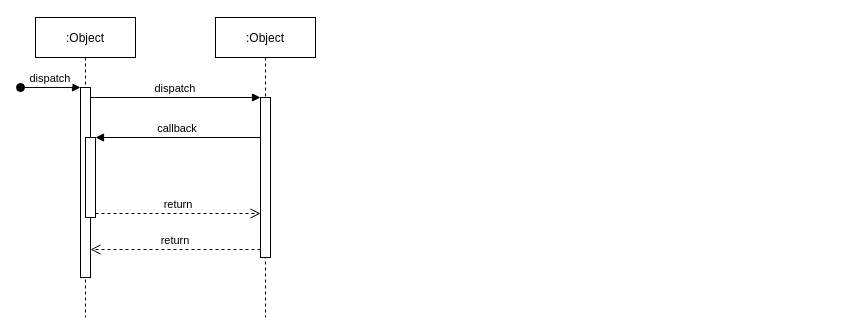
Earlier version of the draw.io diagram 真快乐99会员.drawio (belizer/whole-diagrams). Source tidied: cells renumbered, new cells numbered last; positions are measured from the earlier drawing's top-left corner, leaving out a move shared by most shapes. Both pictures are drawn from the tidied source at 100%, with x=0, y=0 at pixel (20, 17).
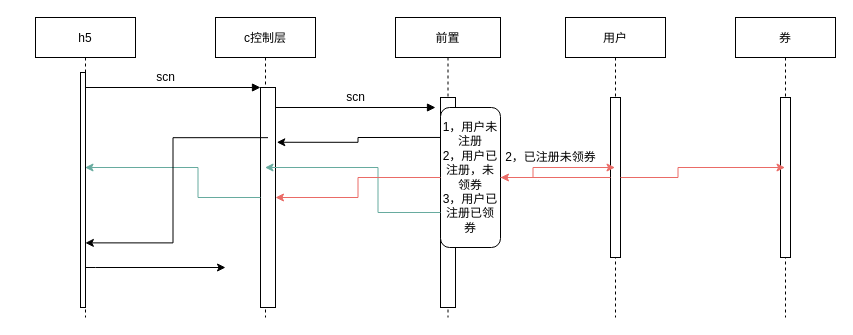
The same page after the edit.

Commit message:
Update 真快乐99会员.drawio

Diff of the diagram source:
```diff
@@
-    <mxCell id="2" value=":Object" style="shape=umlLifeline;perimeter=lifelinePerimeter;rounded=0;shadow=0;strokeWidth=1;" parent="1" vertex="1">
+    <mxCell id="2" value="h5" style="shape=umlLifeline;perimeter=lifelinePerimeter;rounded=0;shadow=0;strokeWidth=1;" parent="1" vertex="1">
       <mxGeometry x="15" width="100" height="300" as="geometry" />
     </mxCell>
     <mxCell id="3" style="points=[];perimeter=orthogonalPerimeter;rounded=0;shadow=0;strokeWidth=1;" parent="2" vertex="1">
-      <mxGeometry x="45" y="70" width="10" height="190" as="geometry" />
+      <mxGeometry x="45" y="55" width="5" height="235" as="geometry" />
     </mxCell>
-    <mxCell id="4" value="dispatch" style="verticalAlign=bottom;startArrow=oval;endArrow=block;startSize=8;shadow=0;strokeWidth=1;" parent="2" edge="1" target="3">
-      <mxGeometry relative="1" as="geometry">
-        <mxPoint x="-15" y="70" as="sourcePoint" />
-      </mxGeometry>
-    </mxCell>
-    <mxCell id="5" style="points=[];perimeter=orthogonalPerimeter;rounded=0;shadow=0;strokeWidth=1;" parent="2" vertex="1">
-      <mxGeometry x="50" y="120" width="10" height="80" as="geometry" />
-    </mxCell>
-    <mxCell id="6" value=":Object" style="shape=umlLifeline;perimeter=lifelinePerimeter;rounded=0;shadow=0;strokeWidth=1;" parent="1" vertex="1">
+    <mxCell id="6" value="c控制层" style="shape=umlLifeline;perimeter=lifelinePerimeter;rounded=0;shadow=0;strokeWidth=1;" parent="1" vertex="1">
       <mxGeometry x="195" width="100" height="300" as="geometry" />
     </mxCell>
     <mxCell id="7" style="points=[];perimeter=orthogonalPerimeter;rounded=0;shadow=0;strokeWidth=1;" parent="6" vertex="1">
-      <mxGeometry x="45" y="80" width="10" height="160" as="geometry" />
+      <mxGeometry x="45" y="70" width="15" height="220" as="geometry" />
     </mxCell>
+    <mxCell id="9" style="verticalAlign=bottom;endArrow=block;entryX=0;entryY=0;shadow=0;strokeWidth=1;" parent="1" edge="1" source="3" target="7">
+      <mxGeometry relative="1" as="geometry" />
+    </mxCell>
+    <mxCell id="12" value="scn" style="text;html=1;align=center;verticalAlign=middle;strokeColor=none;fillColor=none;" parent="1" vertex="1">
+      <mxGeometry x="130" y="50" width="30" height="20" as="geometry" />
+    </mxCell>
+    <mxCell id="13" value="前置" style="shape=umlLifeline;perimeter=lifelinePerimeter;rounded=0;shadow=0;strokeWidth=1;" parent="1" vertex="1">
+      <mxGeometry x="375" width="105" height="300" as="geometry" />
+    </mxCell>
+    <mxCell id="14" style="perimeter=orthogonalPerimeter;rounded=0;shadow=0;strokeWidth=1;" parent="13" vertex="1">
+      <mxGeometry x="45" y="80" width="15" height="210" as="geometry" />
+    </mxCell>
+    <mxCell id="15" value="1，用户未注册&lt;br&gt;2，用户已注册，未领券&lt;br&gt;3，用户已注册已领券" style="rounded=1;whiteSpace=wrap;html=1;" parent="13" vertex="1">
+      <mxGeometry x="45" y="90" width="60" height="140" as="geometry" />
+    </mxCell>
+    <mxCell id="16" style="verticalAlign=bottom;endArrow=block;entryX=0;entryY=0;shadow=0;strokeWidth=1;" parent="1" edge="1">
+      <mxGeometry relative="1" as="geometry">
+        <mxPoint x="255" y="90" as="sourcePoint" />
+        <mxPoint x="415" y="90" as="targetPoint" />
+      </mxGeometry>
+    </mxCell>
+    <mxCell id="17" value="scn" style="text;html=1;align=center;verticalAlign=middle;strokeColor=none;fillColor=none;" parent="1" vertex="1">
+      <mxGeometry x="320" y="70" width="30" height="20" as="geometry" />
+    </mxCell>
+    <mxCell id="18" value="用户" style="shape=umlLifeline;perimeter=lifelinePerimeter;rounded=0;shadow=0;strokeWidth=1;" parent="1" vertex="1">
+      <mxGeometry x="545" width="100" height="300" as="geometry" />
+    </mxCell>
+    <mxCell id="19" style="points=[];perimeter=orthogonalPerimeter;rounded=0;shadow=0;strokeWidth=1;" parent="18" vertex="1">
+      <mxGeometry x="45" y="80" width="10" height="160" as="geometry" />
+    </mxCell>
+    <mxCell id="20" value="券" style="shape=umlLifeline;perimeter=lifelinePerimeter;rounded=0;shadow=0;strokeWidth=1;" parent="1" vertex="1">
+      <mxGeometry x="715" width="100" height="300" as="geometry" />
+    </mxCell>
+    <mxCell id="21" style="perimeter=orthogonalPerimeter;rounded=0;shadow=0;strokeWidth=1;" parent="20" vertex="1">
+      <mxGeometry x="45" y="80" width="10" height="160" as="geometry" />
+    </mxCell>
+    <mxCell id="22" style="edgeStyle=orthogonalEdgeStyle;rounded=0;jettySize=auto;html=1;strokeColor=#EA6B66;" parent="1" edge="1" source="15" target="18">
+      <mxGeometry relative="1" as="geometry" />
+    </mxCell>
+    <mxCell id="23" value="2，已注册未领券" style="text;html=1;align=center;verticalAlign=middle;strokeColor=none;fillColor=none;" parent="1" vertex="1">
+      <mxGeometry x="475" y="130" width="110" height="20" as="geometry" />
+    </mxCell>
+    <mxCell id="24" style="edgeStyle=orthogonalEdgeStyle;rounded=0;jettySize=auto;html=1;exitX=0;exitY=0.75;exitDx=0;exitDy=0;fillColor=#67AB9F;strokeColor=#67AB9F;" parent="1" edge="1" source="15" target="6">
+      <mxGeometry relative="1" as="geometry" />
+    </mxCell>
+    <mxCell id="25" style="edgeStyle=orthogonalEdgeStyle;rounded=0;jettySize=auto;html=1;fillColor=#67AB9F;strokeColor=#67AB9F;" parent="1" edge="1" source="7" target="2">
+      <mxGeometry relative="1" as="geometry" />
+    </mxCell>
+    <mxCell id="26" style="edgeStyle=orthogonalEdgeStyle;rounded=0;jettySize=auto;html=1;entryX=1;entryY=0.5;entryDx=0;entryDy=0;strokeColor=#EA6B66;fillColor=#EA6B66;" parent="1" edge="1" source="19" target="15">
+      <mxGeometry relative="1" as="geometry" />
+    </mxCell>
+    <mxCell id="27" style="edgeStyle=orthogonalEdgeStyle;rounded=0;jettySize=auto;html=1;strokeColor=#EA6B66;fillColor=#EA6B66;" parent="1" edge="1" source="19" target="20">
+      <mxGeometry relative="1" as="geometry" />
+    </mxCell>
+    <mxCell id="28" style="edgeStyle=orthogonalEdgeStyle;rounded=0;jettySize=auto;html=1;strokeColor=#EA6B66;fillColor=#EA6B66;" parent="1" edge="1" source="15" target="7">
+      <mxGeometry relative="1" as="geometry" />
+    </mxCell>
+    <mxCell id="29" style="edgeStyle=orthogonalEdgeStyle;rounded=0;jettySize=auto;html=1;entryX=1.086;entryY=0.249;entryDx=0;entryDy=0;entryPerimeter=0;strokeColor=#000000;fillColor=#EA6B66;exitX=0;exitY=0.214;exitDx=0;exitDy=0;exitPerimeter=0;" parent="1" edge="1" source="15" target="7">
+      <mxGeometry relative="1" as="geometry" />
+    </mxCell>
-    <mxCell id="8" value="return" style="verticalAlign=bottom;endArrow=open;dashed=1;endSize=8;exitX=0;exitY=0.95;shadow=0;strokeWidth=1;" parent="1" edge="1" source="7" target="3">
+    <mxCell id="8" style="edgeStyle=orthogonalEdgeStyle;rounded=0;jettySize=auto;html=1;entryX=0.971;entryY=0.725;entryDx=0;entryDy=0;entryPerimeter=0;strokeColor=#000000;fillColor=#EA6B66;exitX=0.5;exitY=0.228;exitDx=0;exitDy=0;exitPerimeter=0;" parent="1" edge="1" source="7" target="3">
       <mxGeometry relative="1" as="geometry" />
     </mxCell>
-    <mxCell id="9" value="dispatch" style="verticalAlign=bottom;endArrow=block;entryX=0;entryY=0;shadow=0;strokeWidth=1;" parent="1" edge="1" source="3" target="7">
-      <mxGeometry relative="1" as="geometry" />
-    </mxCell>
-    <mxCell id="10" value="callback" style="verticalAlign=bottom;endArrow=block;entryX=1;entryY=0;shadow=0;strokeWidth=1;" parent="1" edge="1" source="7" target="5">
-      <mxGeometry relative="1" as="geometry" />
-    </mxCell>
-    <mxCell id="11" value="return" style="verticalAlign=bottom;endArrow=open;dashed=1;endSize=8;exitX=1;exitY=0.95;shadow=0;strokeWidth=1;" parent="1" edge="1" source="5" target="7">
-      <mxGeometry relative="1" as="geometry" />
-    </mxCell>
+    <mxCell id="30" style="edgeStyle=orthogonalEdgeStyle;rounded=0;jettySize=auto;html=1;strokeColor=#000000;fillColor=#EA6B66;" parent="1" edge="1" source="3">
+      <mxGeometry relative="1" as="geometry">
+        <mxPoint x="205" y="250" as="targetPoint" />
+        <Array as="points">
+          <mxPoint x="75" y="250" />
+          <mxPoint x="75" y="250" />
+        </Array>
+      </mxGeometry>
+    </mxCell>
```
